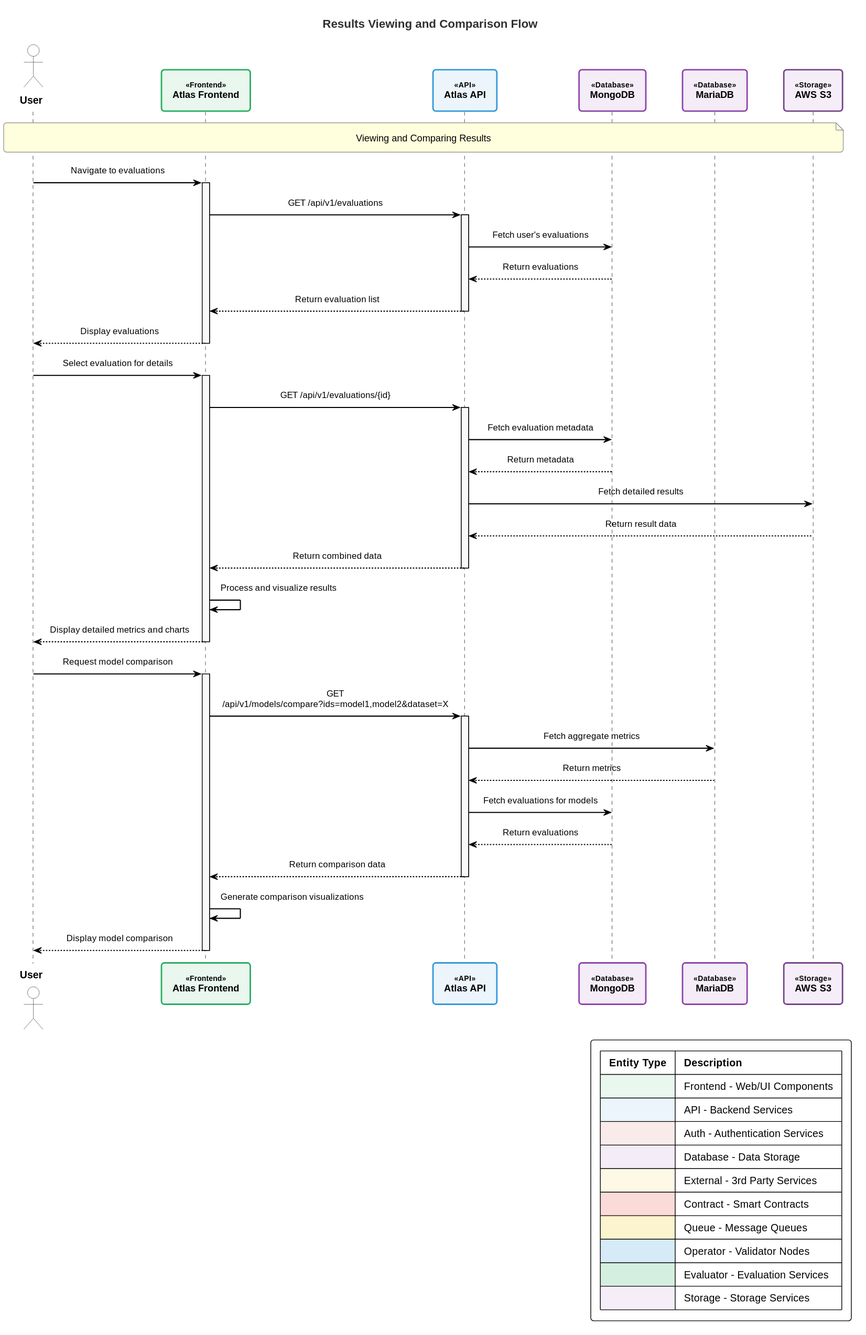
The PlantUML diagram custom-diagrams/diagrams/atlas-results-flow.svg in k-g-j/ll-sequence-diagrams, before a commit.
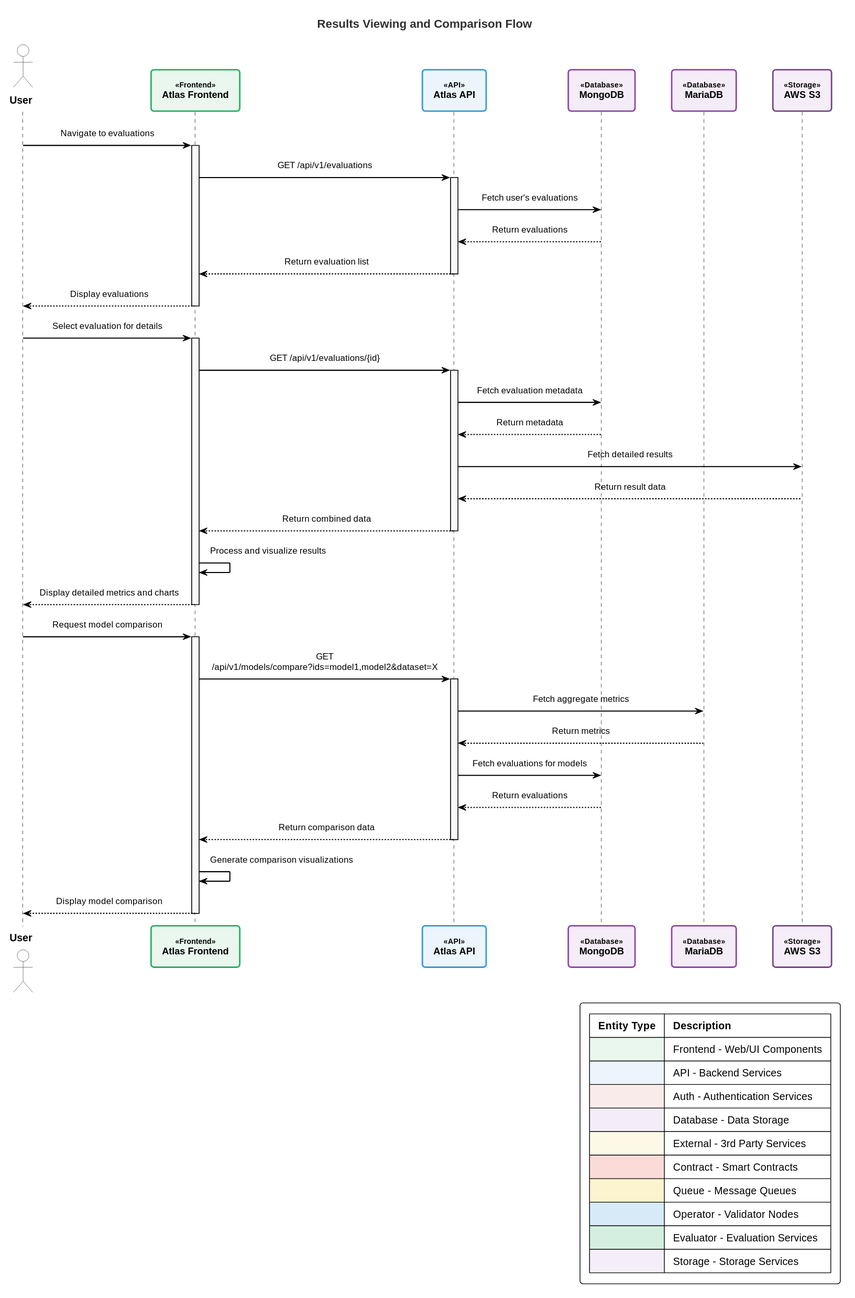
The same diagram one commit later.

Change to the diagram source:
```diff
@@ -15,7 +15,6 @@
 participant "MariaDB" as MariaDB <<Database>>
 participant "AWS S3" as S3 <<Storage>>
 
-note over User, S3: Viewing and Comparing Results
 
 User -> Frontend: Navigate to evaluations
 activate Frontend
```
